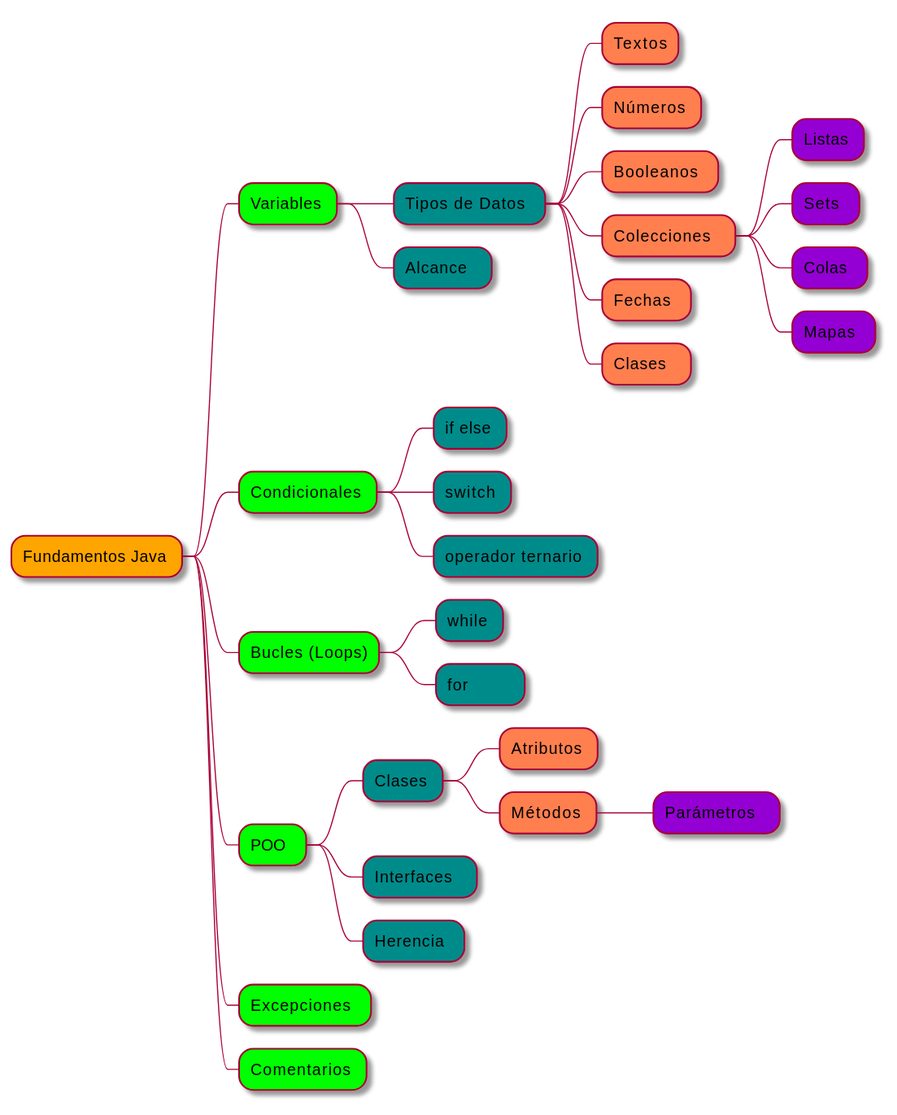
Before: imagenes/fundamentos.svg, a diagram exported from PlantUML (stgoneira/fundamentos-programacion-java). The source it was exported from:
```plantuml
@startmindmap
*[#Orange] Fundamentos Java
**[#Lime] Variables
***[#DarkCyan] Tipos de Datos
****[#Coral] Textos
****[#Coral] Números
****[#Coral] Booleanos
****[#Coral] Colecciones
*****[#DarkViolet] Listas
*****[#DarkViolet] Sets
*****[#DarkViolet] Colas
*****[#DarkViolet] Mapas
****[#Coral] Fechas
****[#Coral] Clases
***[#DarkCyan] Alcance
**[#Lime] Condicionales
***[#DarkCyan] if else
***[#DarkCyan] switch
***[#DarkCyan] operador ternario
**[#Lime] Bucles (Loops)
***[#DarkCyan] while
***[#DarkCyan] for
**[#Lime] POO
***[#DarkCyan] Clases
****[#Coral] Atributos
****[#Coral] Métodos
*****[#DarkViolet] Parámetros
***[#DarkCyan] Interfaces
***[#DarkCyan] Herencia
**[#Lime] Excepciones
**[#Lime] Comentarios
@endmindmap
```
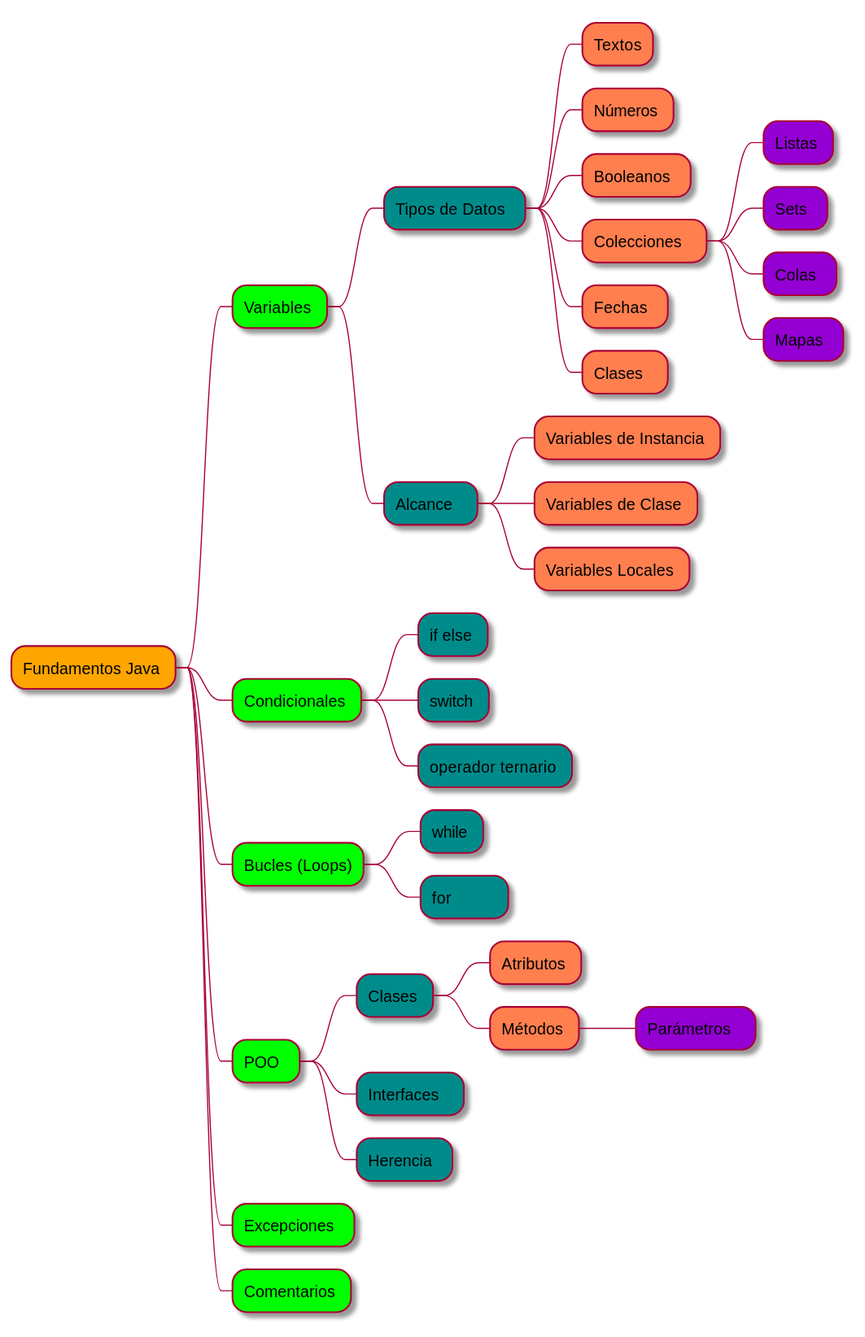
The same file after the commit.

The edit, as a diff of the source:
```diff
@@ -13,6 +13,9 @@
 ****[#Coral] Fechas
 ****[#Coral] Clases
 ***[#DarkCyan] Alcance
+****[#Coral] Variables de Instancia
+****[#Coral] Variables de Clase
+****[#Coral] Variables Locales
 **[#Lime] Condicionales
 ***[#DarkCyan] if else
 ***[#DarkCyan] switch
```
